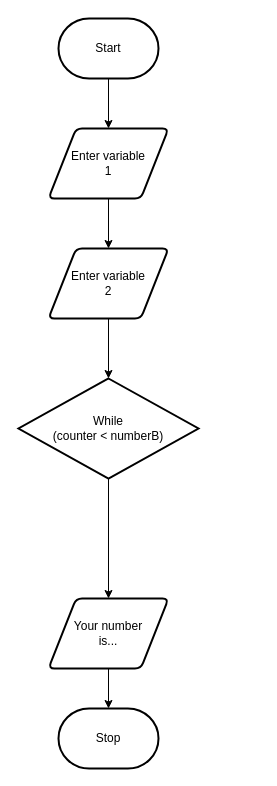
Earlier version of the draw.io diagram design/flowchart.drawio (MikeyGloriani/ICS2O-Unit-5-06-JS). Source tidied: cells renumbered, new cells numbered last; positions are measured from the earlier drawing's top-left corner, leaving out a move shared by most shapes. Both pictures are drawn from the tidied source at 100%, with x=0, y=0 at pixel (18, 18).
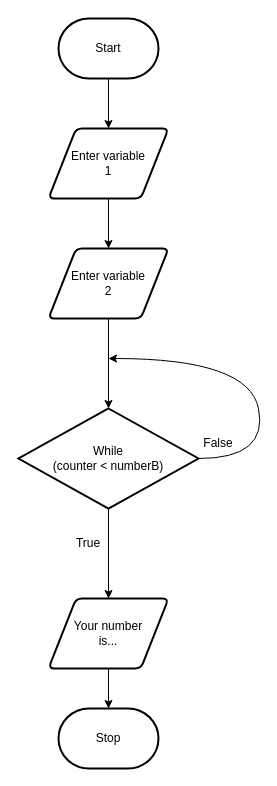
Above is the later version.

Diff of the diagram source:
```diff
@@
 <mxGraphModel>
   <root>
     <mxCell id="0" />
     <mxCell id="1" parent="0" />
     <mxCell id="2" style="edgeStyle=none;html=1;entryX=0.5;entryY=0;entryDx=0;entryDy=0;" parent="1" edge="1" source="3" target="6">
       <mxGeometry relative="1" as="geometry" />
     </mxCell>
     <mxCell id="3" value="Start" style="strokeWidth=2;html=1;shape=mxgraph.flowchart.terminator;whiteSpace=wrap;" parent="1" vertex="1">
       <mxGeometry x="40" width="100" height="60" as="geometry" />
     </mxCell>
     <mxCell id="4" value="Stop" style="strokeWidth=2;html=1;shape=mxgraph.flowchart.terminator;whiteSpace=wrap;" parent="1" vertex="1">
       <mxGeometry x="40" y="690" width="100" height="60" as="geometry" />
     </mxCell>
     <mxCell id="5" style="edgeStyle=none;html=1;entryX=0.5;entryY=0;entryDx=0;entryDy=0;" parent="1" edge="1" source="6" target="8">
       <mxGeometry relative="1" as="geometry" />
     </mxCell>
     <mxCell id="6" value="Enter variable&lt;br&gt;1" style="shape=parallelogram;html=1;strokeWidth=2;perimeter=parallelogramPerimeter;whiteSpace=wrap;rounded=1;arcSize=12;size=0.23;" parent="1" vertex="1">
       <mxGeometry x="30" y="110" width="120" height="70" as="geometry" />
     </mxCell>
     <mxCell id="7" style="edgeStyle=none;html=1;" parent="1" edge="1" source="8" target="10">
       <mxGeometry relative="1" as="geometry" />
     </mxCell>
     <mxCell id="8" value="Enter variable&lt;br&gt;2" style="shape=parallelogram;html=1;strokeWidth=2;perimeter=parallelogramPerimeter;whiteSpace=wrap;rounded=1;arcSize=12;size=0.23;" parent="1" vertex="1">
       <mxGeometry x="30" y="230" width="120" height="70" as="geometry" />
     </mxCell>
     <mxCell id="9" style="edgeStyle=none;html=1;" parent="1" edge="1" source="10" target="12">
       <mxGeometry relative="1" as="geometry" />
     </mxCell>
     <mxCell id="10" value="While &lt;br&gt;(counter &amp;lt; numberB)" style="strokeWidth=2;html=1;shape=mxgraph.flowchart.decision;whiteSpace=wrap;" parent="1" vertex="1">
-      <mxGeometry y="360" width="180" height="100" as="geometry" />
+      <mxGeometry y="390" width="180" height="100" as="geometry" />
     </mxCell>
     <mxCell id="11" style="edgeStyle=none;html=1;entryX=0.5;entryY=0;entryDx=0;entryDy=0;entryPerimeter=0;" parent="1" edge="1" source="12" target="4">
       <mxGeometry relative="1" as="geometry" />
     </mxCell>
     <mxCell id="12" value="Your number &lt;br&gt;is..." style="shape=parallelogram;html=1;strokeWidth=2;perimeter=parallelogramPerimeter;whiteSpace=wrap;rounded=1;arcSize=12;size=0.23;" parent="1" vertex="1">
       <mxGeometry x="30" y="580" width="120" height="70" as="geometry" />
     </mxCell>
+    <mxCell id="13" style="curved=1;endArrow=classic;html=1;exitX=1;exitY=0.5;exitDx=0;exitDy=0;exitPerimeter=0;" parent="1" edge="1" source="10">
+      <mxGeometry relative="1" as="geometry">
+        <mxPoint x="90" y="340" as="targetPoint" />
+        <Array as="points">
+          <mxPoint x="250" y="440" />
+          <mxPoint x="230" y="340" />
+        </Array>
+      </mxGeometry>
+    </mxCell>
+    <mxCell id="14" value="True" style="text;html=1;strokeColor=none;fillColor=none;align=center;verticalAlign=middle;whiteSpace=wrap;rounded=0;" parent="1" vertex="1">
+      <mxGeometry x="40" y="510" width="60" height="30" as="geometry" />
+    </mxCell>
+    <mxCell id="15" value="False" style="text;html=1;strokeColor=none;fillColor=none;align=center;verticalAlign=middle;whiteSpace=wrap;rounded=0;" parent="1" vertex="1">
+      <mxGeometry x="170" y="410" width="60" height="30" as="geometry" />
+    </mxCell>
   </root>
 </mxGraphModel>
```
